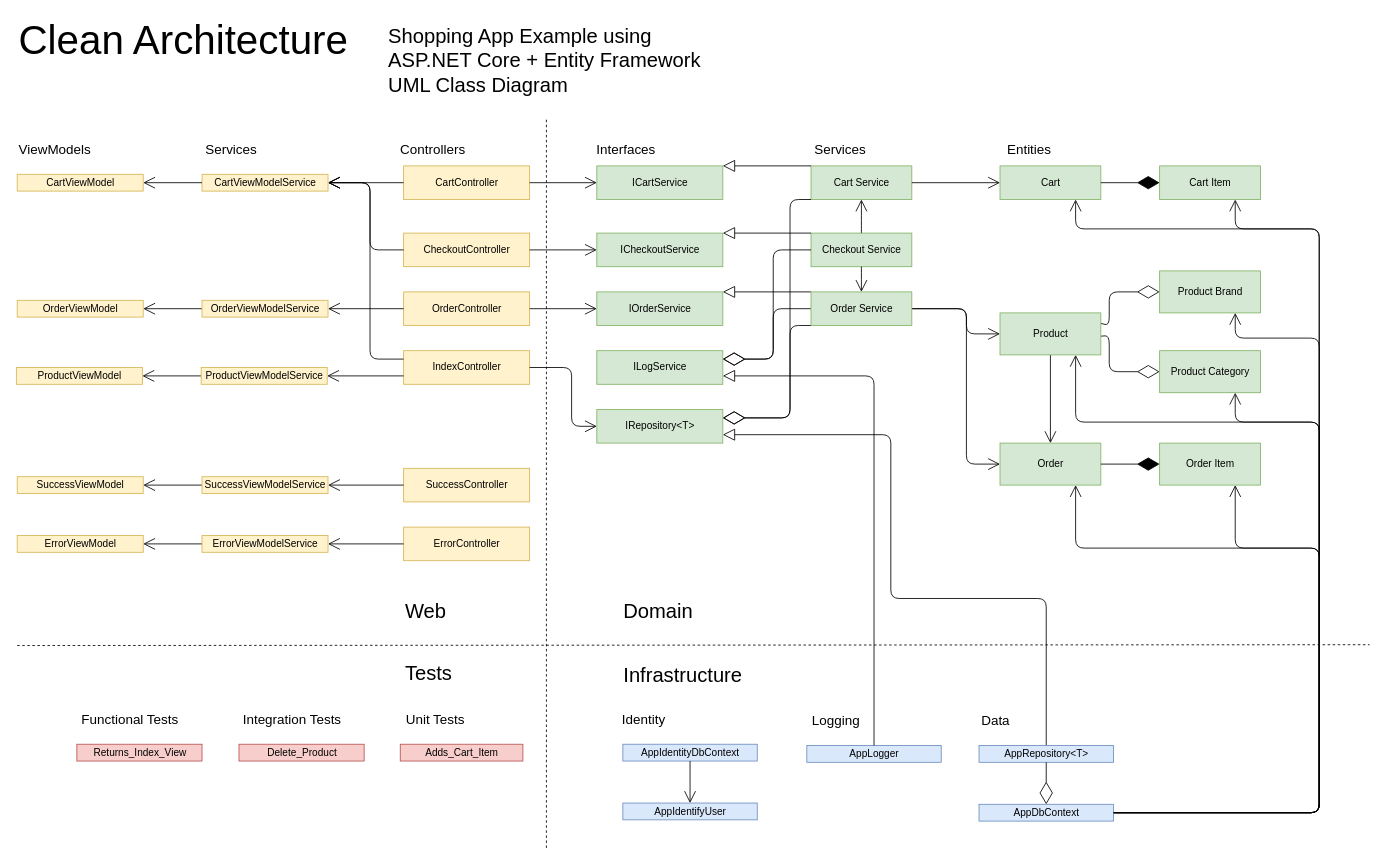
Before: Clean_Architecture_Designs/Shopping_v3.drawio in kdaquila/WoodworkingShop, a draw.io diagram. Source tidied: cells renumbered, new cells numbered last; positions are measured from the earlier drawing's top-left corner, leaving out a move shared by most shapes. Both pictures are drawn from the tidied source at 84%, with x=0, y=0 at pixel (16, 14).
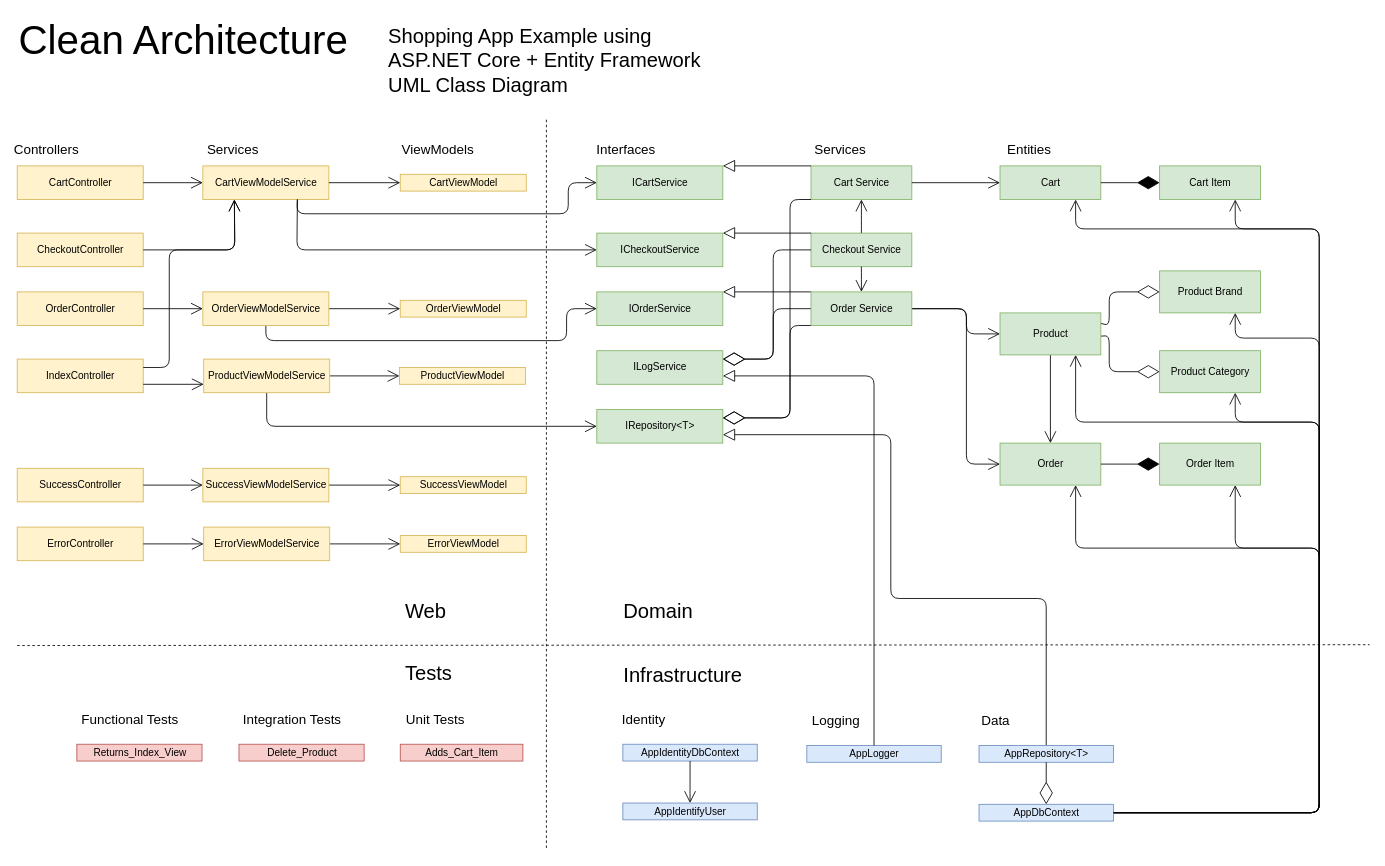
The same page after the edit.

The change refers to these unchanged cells:
```xml
<mxCell id="14" value="IRepository&amp;lt;T&amp;gt;" style="html=1;fillColor=#d5e8d4;strokeColor=#82b366;" parent="1" vertex="1">
  <mxGeometry x="691" y="470" width="150" height="40" as="geometry" />
</mxCell>
<mxCell id="15" value="ICartService" style="html=1;fillColor=#d5e8d4;strokeColor=#82b366;" parent="1" vertex="1">
  <mxGeometry x="691" y="180" width="150" height="40" as="geometry" />
</mxCell>
<mxCell id="16" value="IOrderService" style="html=1;fillColor=#d5e8d4;strokeColor=#82b366;" parent="1" vertex="1">
  <mxGeometry x="691" y="330" width="150" height="40" as="geometry" />
</mxCell>
<mxCell id="17" value="ICheckoutService" style="html=1;fillColor=#d5e8d4;strokeColor=#82b366;" parent="1" vertex="1">
  <mxGeometry x="691" y="260" width="150" height="40" as="geometry" />
</mxCell>
```

What changed in the source:
```diff
@@
     <mxCell id="62" value="Controllers" style="text;html=1;strokeColor=none;fillColor=none;align=center;verticalAlign=middle;whiteSpace=wrap;rounded=0;fontSize=16;rotation=0;" parent="1" vertex="1">
-      <mxGeometry x="461" y="150" width="70" height="20" as="geometry" />
+      <mxGeometry x="1" y="150" width="70" height="20" as="geometry" />
     </mxCell>
     <mxCell id="63" value="Services" style="text;html=1;strokeColor=none;fillColor=none;align=center;verticalAlign=middle;whiteSpace=wrap;rounded=0;fontSize=16;rotation=0;" parent="1" vertex="1">
-      <mxGeometry x="221" y="150" width="70" height="20" as="geometry" />
+      <mxGeometry x="223" y="150" width="70" height="20" as="geometry" />
     </mxCell>
     <mxCell id="64" value="ViewModels" style="text;html=1;strokeColor=none;fillColor=none;align=center;verticalAlign=middle;whiteSpace=wrap;rounded=0;fontSize=16;rotation=0;" parent="1" vertex="1">
-      <mxGeometry x="11" y="150" width="70" height="20" as="geometry" />
+      <mxGeometry x="467" y="150" width="70" height="20" as="geometry" />
     </mxCell>
     <mxCell id="65" value="IndexController" style="html=1;fillColor=#fff2cc;strokeColor=#d6b656;" parent="1" vertex="1">
-      <mxGeometry x="461" y="400" width="150" height="40" as="geometry" />
+      <mxGeometry x="1" y="410" width="150" height="40" as="geometry" />
     </mxCell>
     <mxCell id="66" value="OrderController" style="html=1;fillColor=#fff2cc;strokeColor=#d6b656;" parent="1" vertex="1">
-      <mxGeometry x="461" y="330" width="150" height="40" as="geometry" />
+      <mxGeometry x="1" y="330" width="150" height="40" as="geometry" />
     </mxCell>
     <mxCell id="67" value="CartController" style="html=1;fillColor=#fff2cc;strokeColor=#d6b656;" parent="1" vertex="1">
-      <mxGeometry x="461" y="180" width="150" height="40" as="geometry" />
+      <mxGeometry x="1" y="180" width="150" height="40" as="geometry" />
     </mxCell>
     <mxCell id="68" value="CheckoutController" style="html=1;fillColor=#fff2cc;strokeColor=#d6b656;" parent="1" vertex="1">
-      <mxGeometry x="461" y="260" width="150" height="40" as="geometry" />
+      <mxGeometry x="1" y="260" width="150" height="40" as="geometry" />
     </mxCell>
     <mxCell id="69" value="SuccessController" style="html=1;fillColor=#fff2cc;strokeColor=#d6b656;" parent="1" vertex="1">
-      <mxGeometry x="461" y="540" width="150" height="40" as="geometry" />
+      <mxGeometry x="1" y="540" width="150" height="40" as="geometry" />
     </mxCell>
     <mxCell id="70" value="ErrorController" style="html=1;fillColor=#fff2cc;strokeColor=#d6b656;" parent="1" vertex="1">
-      <mxGeometry x="461" y="610" width="150" height="40" as="geometry" />
+      <mxGeometry x="1" y="610" width="150" height="40" as="geometry" />
     </mxCell>
     <mxCell id="71" value="CartViewModel" style="html=1;fillColor=#fff2cc;strokeColor=#d6b656;" parent="1" vertex="1">
-      <mxGeometry x="1" y="190" width="150" height="20" as="geometry" />
+      <mxGeometry x="457" y="190" width="150" height="20" as="geometry" />
     </mxCell>
     <mxCell id="72" value="OrderViewModel" style="html=1;fillColor=#fff2cc;strokeColor=#d6b656;" parent="1" vertex="1">
-      <mxGeometry x="1" y="340" width="150" height="20" as="geometry" />
+      <mxGeometry x="457" y="340" width="150" height="20" as="geometry" />
     </mxCell>
     <mxCell id="73" value="ProductViewModel" style="html=1;fillColor=#fff2cc;strokeColor=#d6b656;" parent="1" vertex="1">
-      <mxGeometry y="420" width="150" height="20" as="geometry" />
+      <mxGeometry x="456" y="420" width="150" height="20" as="geometry" />
     </mxCell>
     <mxCell id="74" value="CartViewModelService" style="html=1;fillColor=#fff2cc;strokeColor=#d6b656;" parent="1" vertex="1">
-      <mxGeometry x="221" y="190" width="150" height="20" as="geometry" />
+      <mxGeometry x="222" y="180" width="150" height="40" as="geometry" />
     </mxCell>
-    <mxCell id="75" style="endArrow=open;endFill=1;endSize=12;html=1;fontSize=24;exitX=0;exitY=0.25;exitDx=0;exitDy=0;entryX=1;entryY=0.5;entryDx=0;entryDy=0;" parent="1" edge="1" source="65" target="74">
+    <mxCell id="75" style="endArrow=open;endFill=1;endSize=12;html=1;fontSize=24;entryX=0.25;entryY=1;entryDx=0;entryDy=0;exitX=1;exitY=0.25;exitDx=0;exitDy=0;" parent="1" edge="1" source="65" target="74">
       <mxGeometry relative="1" as="geometry">
         <Array as="points">
-          <mxPoint x="421" y="410" />
-          <mxPoint x="421" y="200" />
+          <mxPoint x="182" y="420" />
+          <mxPoint x="182" y="280" />
+          <mxPoint x="260" y="280" />
         </Array>
       </mxGeometry>
     </mxCell>
-    <mxCell id="76" style="endArrow=open;endFill=1;endSize=12;html=1;fontSize=24;exitX=0;exitY=0.5;exitDx=0;exitDy=0;entryX=1;entryY=0.5;entryDx=0;entryDy=0;" parent="1" edge="1" source="74" target="71">
+    <mxCell id="76" style="endArrow=open;endFill=1;endSize=12;html=1;fontSize=24;exitX=1;exitY=0.5;exitDx=0;exitDy=0;entryX=0;entryY=0.5;entryDx=0;entryDy=0;" parent="1" edge="1" source="74" target="71">
       <mxGeometry relative="1" as="geometry" />
     </mxCell>
-    <mxCell id="77" style="endArrow=open;endFill=1;endSize=12;html=1;fontSize=24;entryX=1;entryY=0.5;entryDx=0;entryDy=0;exitX=0;exitY=0.5;exitDx=0;exitDy=0;" parent="1" edge="1" source="85" target="72">
+    <mxCell id="77" style="endArrow=open;endFill=1;endSize=12;html=1;fontSize=24;entryX=0;entryY=0.5;entryDx=0;entryDy=0;exitX=1;exitY=0.5;exitDx=0;exitDy=0;" parent="1" edge="1" source="85" target="72">
       <mxGeometry relative="1" as="geometry" />
     </mxCell>
-    <mxCell id="78" style="endArrow=open;endFill=1;endSize=12;html=1;fontSize=24;exitX=1;exitY=0.5;exitDx=0;exitDy=0;entryX=0;entryY=0.5;entryDx=0;entryDy=0;" parent="1" edge="1" source="65" target="14">
+    <mxCell id="78" style="endArrow=open;endFill=1;endSize=12;html=1;fontSize=24;exitX=0.5;exitY=1;exitDx=0;exitDy=0;entryX=0;entryY=0.5;entryDx=0;entryDy=0;" parent="1" edge="1" source="86" target="14">
       <mxGeometry relative="1" as="geometry">
         <Array as="points">
-          <mxPoint x="661" y="420" />
-          <mxPoint x="661" y="490" />
+          <mxPoint x="298" y="490" />
         </Array>
       </mxGeometry>
     </mxCell>
-    <mxCell id="79" style="endArrow=open;endFill=1;endSize=12;html=1;fontSize=24;exitX=1;exitY=0.5;exitDx=0;exitDy=0;entryX=0;entryY=0.5;entryDx=0;entryDy=0;" parent="1" edge="1" source="66" target="16">
-      <mxGeometry relative="1" as="geometry" />
+    <mxCell id="79" style="endArrow=open;endFill=1;endSize=12;html=1;fontSize=24;exitX=0.5;exitY=1;exitDx=0;exitDy=0;entryX=0;entryY=0.5;entryDx=0;entryDy=0;" parent="1" edge="1" source="85" target="16">
+      <mxGeometry relative="1" as="geometry">
+        <Array as="points">
+          <mxPoint x="297" y="388" />
+          <mxPoint x="655" y="388" />
+          <mxPoint x="655" y="350" />
+        </Array>
+      </mxGeometry>
     </mxCell>
-    <mxCell id="80" style="endArrow=open;endFill=1;endSize=12;html=1;fontSize=24;exitX=1;exitY=0.5;exitDx=0;exitDy=0;entryX=0;entryY=0.5;entryDx=0;entryDy=0;" parent="1" edge="1" source="68" target="17">
-      <mxGeometry relative="1" as="geometry" />
+    <mxCell id="80" style="endArrow=open;endFill=1;endSize=12;html=1;fontSize=24;exitX=0.75;exitY=1;exitDx=0;exitDy=0;entryX=0;entryY=0.5;entryDx=0;entryDy=0;" parent="1" edge="1" source="74" target="17">
+      <mxGeometry relative="1" as="geometry">
+        <Array as="points">
+          <mxPoint x="334" y="280" />
+        </Array>
+      </mxGeometry>
     </mxCell>
-    <mxCell id="81" style="endArrow=open;endFill=1;endSize=12;html=1;fontSize=24;exitX=1;exitY=0.5;exitDx=0;exitDy=0;entryX=0;entryY=0.5;entryDx=0;entryDy=0;" parent="1" edge="1" source="67" target="15">
-      <mxGeometry relative="1" as="geometry" />
+    <mxCell id="81" style="endArrow=open;endFill=1;endSize=12;html=1;fontSize=24;exitX=0.75;exitY=1;exitDx=0;exitDy=0;entryX=0;entryY=0.5;entryDx=0;entryDy=0;" parent="1" edge="1" source="74" target="15">
+      <mxGeometry relative="1" as="geometry">
+        <Array as="points">
+          <mxPoint x="334" y="237" />
+          <mxPoint x="657" y="237" />
+          <mxPoint x="657" y="200" />
+        </Array>
+      </mxGeometry>
     </mxCell>
-    <mxCell id="82" style="endArrow=open;endFill=1;endSize=12;html=1;fontSize=24;entryX=1;entryY=0.5;entryDx=0;entryDy=0;exitX=0;exitY=0.5;exitDx=0;exitDy=0;" parent="1" edge="1" source="86" target="73">
+    <mxCell id="82" style="endArrow=open;endFill=1;endSize=12;html=1;fontSize=24;entryX=0;entryY=0.5;entryDx=0;entryDy=0;exitX=1;exitY=0.5;exitDx=0;exitDy=0;" parent="1" edge="1" source="86" target="73">
       <mxGeometry relative="1" as="geometry" />
     </mxCell>
-    <mxCell id="83" style="endArrow=open;endFill=1;endSize=12;html=1;fontSize=24;exitX=0;exitY=0.5;exitDx=0;exitDy=0;entryX=1;entryY=0.5;entryDx=0;entryDy=0;" parent="1" edge="1" source="67" target="74">
+    <mxCell id="83" style="endArrow=open;endFill=1;endSize=12;html=1;fontSize=24;entryX=0;entryY=0.5;entryDx=0;entryDy=0;exitX=1;exitY=0.5;exitDx=0;exitDy=0;" parent="1" edge="1" source="67" target="74">
       <mxGeometry relative="1" as="geometry" />
     </mxCell>
-    <mxCell id="84" style="endArrow=open;endFill=1;endSize=12;html=1;fontSize=24;exitX=0;exitY=0.5;exitDx=0;exitDy=0;entryX=1;entryY=0.5;entryDx=0;entryDy=0;" parent="1" edge="1" source="68" target="74">
+    <mxCell id="84" style="endArrow=open;endFill=1;endSize=12;html=1;fontSize=24;entryX=0.25;entryY=1;entryDx=0;entryDy=0;exitX=1;exitY=0.5;exitDx=0;exitDy=0;" parent="1" edge="1" source="68" target="74">
       <mxGeometry relative="1" as="geometry">
         <Array as="points">
-          <mxPoint x="421" y="280" />
-          <mxPoint x="421" y="200" />
+          <mxPoint x="260" y="280" />
         </Array>
       </mxGeometry>
     </mxCell>
     <mxCell id="85" value="OrderViewModelService" style="html=1;fillColor=#fff2cc;strokeColor=#d6b656;" parent="1" vertex="1">
-      <mxGeometry x="221" y="340" width="150" height="20" as="geometry" />
+      <mxGeometry x="222" y="330" width="150" height="40" as="geometry" />
     </mxCell>
     <mxCell id="86" value="ProductViewModelService" style="html=1;fillColor=#fff2cc;strokeColor=#d6b656;" parent="1" vertex="1">
-      <mxGeometry x="220" y="420" width="150" height="20" as="geometry" />
+      <mxGeometry x="223" y="410" width="150" height="40" as="geometry" />
     </mxCell>
-    <mxCell id="87" style="endArrow=open;endFill=1;endSize=12;html=1;fontSize=24;entryX=1;entryY=0.5;entryDx=0;entryDy=0;exitX=0;exitY=0.5;exitDx=0;exitDy=0;" parent="1" edge="1" source="66" target="85">
+    <mxCell id="87" style="endArrow=open;endFill=1;endSize=12;html=1;fontSize=24;entryX=0;entryY=0.5;entryDx=0;entryDy=0;exitX=1;exitY=0.5;exitDx=0;exitDy=0;" parent="1" edge="1" source="66" target="85">
       <mxGeometry relative="1" as="geometry" />
     </mxCell>
-    <mxCell id="88" style="endArrow=open;endFill=1;endSize=12;html=1;fontSize=24;entryX=1;entryY=0.5;entryDx=0;entryDy=0;exitX=0;exitY=0.75;exitDx=0;exitDy=0;" parent="1" edge="1" source="65" target="86">
+    <mxCell id="88" style="endArrow=open;endFill=1;endSize=12;html=1;fontSize=24;entryX=0;entryY=0.75;entryDx=0;entryDy=0;exitX=1;exitY=0.75;exitDx=0;exitDy=0;" parent="1" edge="1" source="65" target="86">
       <mxGeometry relative="1" as="geometry" />
     </mxCell>
     <mxCell id="89" value="SuccessViewModel" style="html=1;fillColor=#fff2cc;strokeColor=#d6b656;" parent="1" vertex="1">
-      <mxGeometry x="1" y="550" width="150" height="20" as="geometry" />
+      <mxGeometry x="457" y="550" width="150" height="20" as="geometry" />
     </mxCell>
-    <mxCell id="90" style="endArrow=open;endFill=1;endSize=12;html=1;fontSize=24;entryX=1;entryY=0.5;entryDx=0;entryDy=0;exitX=0;exitY=0.5;exitDx=0;exitDy=0;" parent="1" edge="1" source="91" target="89">
+    <mxCell id="90" style="endArrow=open;endFill=1;endSize=12;html=1;fontSize=24;entryX=0;entryY=0.5;entryDx=0;entryDy=0;exitX=1;exitY=0.5;exitDx=0;exitDy=0;" parent="1" edge="1" source="91" target="89">
       <mxGeometry relative="1" as="geometry" />
     </mxCell>
     <mxCell id="91" value="SuccessViewModelService" style="html=1;fillColor=#fff2cc;strokeColor=#d6b656;" parent="1" vertex="1">
-      <mxGeometry x="221" y="550" width="150" height="20" as="geometry" />
+      <mxGeometry x="222" y="540" width="150" height="40" as="geometry" />
     </mxCell>
-    <mxCell id="92" style="endArrow=open;endFill=1;endSize=12;html=1;fontSize=24;entryX=1;entryY=0.5;entryDx=0;entryDy=0;exitX=0;exitY=0.5;exitDx=0;exitDy=0;" parent="1" edge="1" source="69" target="91">
+    <mxCell id="92" style="endArrow=open;endFill=1;endSize=12;html=1;fontSize=24;entryX=0;entryY=0.5;entryDx=0;entryDy=0;exitX=1;exitY=0.5;exitDx=0;exitDy=0;" parent="1" edge="1" source="69" target="91">
       <mxGeometry relative="1" as="geometry" />
     </mxCell>
     <mxCell id="93" value="ErrorViewModel" style="html=1;fillColor=#fff2cc;strokeColor=#d6b656;" parent="1" vertex="1">
-      <mxGeometry x="1" y="620" width="150" height="20" as="geometry" />
+      <mxGeometry x="457" y="620" width="150" height="20" as="geometry" />
     </mxCell>
-    <mxCell id="94" style="endArrow=open;endFill=1;endSize=12;html=1;fontSize=24;entryX=1;entryY=0.5;entryDx=0;entryDy=0;exitX=0;exitY=0.5;exitDx=0;exitDy=0;" parent="1" edge="1" source="95" target="93">
+    <mxCell id="94" style="endArrow=open;endFill=1;endSize=12;html=1;fontSize=24;entryX=0;entryY=0.5;entryDx=0;entryDy=0;exitX=1;exitY=0.5;exitDx=0;exitDy=0;" parent="1" edge="1" source="95" target="93">
       <mxGeometry relative="1" as="geometry" />
     </mxCell>
     <mxCell id="95" value="ErrorViewModelService" style="html=1;fillColor=#fff2cc;strokeColor=#d6b656;" parent="1" vertex="1">
-      <mxGeometry x="221" y="620" width="150" height="20" as="geometry" />
+      <mxGeometry x="223" y="610" width="150" height="40" as="geometry" />
     </mxCell>
-    <mxCell id="96" style="endArrow=open;endFill=1;endSize=12;html=1;fontSize=24;entryX=1;entryY=0.5;entryDx=0;entryDy=0;exitX=0;exitY=0.5;exitDx=0;exitDy=0;" parent="1" edge="1" source="70" target="95">
+    <mxCell id="96" style="endArrow=open;endFill=1;endSize=12;html=1;fontSize=24;entryX=0;entryY=0.5;entryDx=0;entryDy=0;exitX=1;exitY=0.5;exitDx=0;exitDy=0;" parent="1" edge="1" source="70" target="95">
       <mxGeometry relative="1" as="geometry" />
     </mxCell>
```
